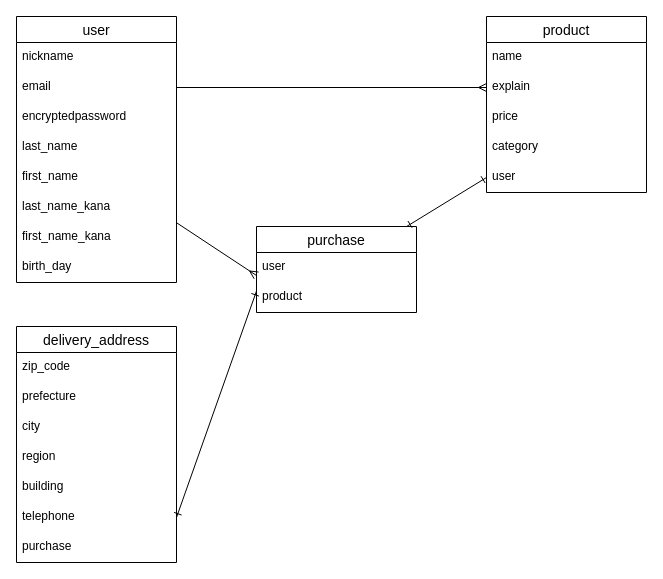
masato-kobayashi5427/furima-38642 keeps this draw.io diagram as ER.dio. Above is the earlier version. Source tidied: cells renumbered, new cells numbered last; positions are measured from the earlier drawing's top-left corner, leaving out a move shared by most shapes. Both pictures are drawn from the tidied source at 100%, with x=0, y=0 at pixel (16, 16).
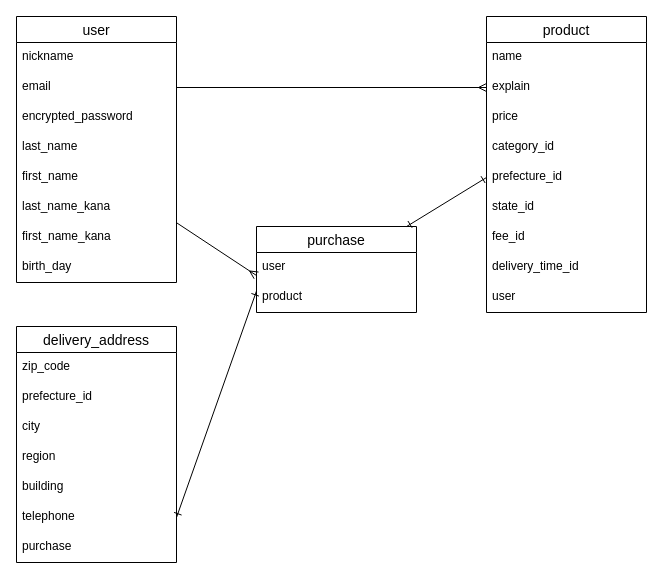
Above is the later version.

Unchanged cells that the change refers to:
```xml
<mxCell id="2" value="user" style="swimlane;fontStyle=0;horizontal=1;startSize=26;align=center;fontSize=14;" parent="1" vertex="1">
  <mxGeometry width="160" height="266" as="geometry" />
</mxCell>
<mxCell id="20" value="delivery_address" style="swimlane;fontStyle=0;horizontal=1;startSize=26;align=center;fontSize=14;" parent="1" vertex="1">
  <mxGeometry y="310" width="160" height="236" as="geometry" />
</mxCell>
```

Change to the diagram source:
```diff
@@
-    <mxCell id="5" value="encryptedpassword" style="text;strokeColor=none;fillColor=none;spacingLeft=4;spacingRight=4;overflow=hidden;fontSize=12;" parent="2" vertex="1">
+    <mxCell id="5" value="encrypted_password" style="text;strokeColor=none;fillColor=none;spacingLeft=4;spacingRight=4;overflow=hidden;fontSize=12;" parent="2" vertex="1">
       <mxGeometry y="86" width="160" height="30" as="geometry" />
     </mxCell>
@@
     <mxCell id="11" value="product" style="swimlane;fontStyle=0;horizontal=1;startSize=26;align=center;fontSize=14;" parent="1" vertex="1">
-      <mxGeometry x="470" width="160" height="176" as="geometry" />
+      <mxGeometry x="470" width="160" height="296" as="geometry" />
     </mxCell>
@@
-    <mxCell id="15" value="category" style="text;strokeColor=none;fillColor=none;spacingLeft=4;spacingRight=4;overflow=hidden;fontSize=12;" parent="11" vertex="1">
+    <mxCell id="15" value="category_id" style="text;strokeColor=none;fillColor=none;spacingLeft=4;spacingRight=4;overflow=hidden;fontSize=12;" parent="11" vertex="1">
       <mxGeometry y="116" width="160" height="30" as="geometry" />
     </mxCell>
+    <mxCell id="32" value="prefecture_id" style="text;strokeColor=none;fillColor=none;spacingLeft=4;spacingRight=4;overflow=hidden;fontSize=12;" parent="11" vertex="1">
+      <mxGeometry y="146" width="160" height="30" as="geometry" />
+    </mxCell>
+    <mxCell id="33" value="state_id" style="text;strokeColor=none;fillColor=none;spacingLeft=4;spacingRight=4;overflow=hidden;fontSize=12;" parent="11" vertex="1">
+      <mxGeometry y="176" width="160" height="30" as="geometry" />
+    </mxCell>
+    <mxCell id="34" value="fee_id" style="text;strokeColor=none;fillColor=none;spacingLeft=4;spacingRight=4;overflow=hidden;fontSize=12;" parent="11" vertex="1">
+      <mxGeometry y="206" width="160" height="30" as="geometry" />
+    </mxCell>
+    <mxCell id="35" value="delivery_time_id" style="text;strokeColor=none;fillColor=none;spacingLeft=4;spacingRight=4;overflow=hidden;fontSize=12;" parent="11" vertex="1">
+      <mxGeometry y="236" width="160" height="30" as="geometry" />
+    </mxCell>
     <mxCell id="16" value="user" style="text;strokeColor=none;fillColor=none;spacingLeft=4;spacingRight=4;overflow=hidden;fontSize=12;" parent="11" vertex="1">
-      <mxGeometry y="146" width="160" height="30" as="geometry" />
+      <mxGeometry y="266" width="160" height="30" as="geometry" />
     </mxCell>
@@
-    <mxCell id="22" value="prefecture" style="text;strokeColor=none;fillColor=none;spacingLeft=4;spacingRight=4;overflow=hidden;fontSize=12;" parent="20" vertex="1">
+    <mxCell id="22" value="prefecture_id" style="text;strokeColor=none;fillColor=none;spacingLeft=4;spacingRight=4;overflow=hidden;fontSize=12;" parent="20" vertex="1">
       <mxGeometry y="56" width="160" height="30" as="geometry" />
     </mxCell>
```
